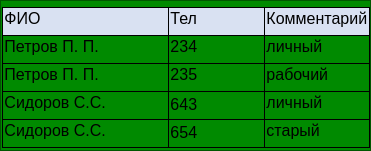
The draw.io diagram 2nd Day/1.3.drawio.png in Cy8rax/DataBase-HT, before a commit. Source tidied: cells renumbered, new cells last; positions are measured from the earlier drawing's top-left corner, leaving out a move shared by most shapes.
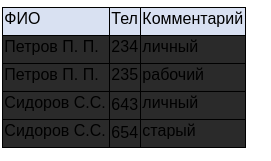
After the change.

Diff of the diagram source:
```diff
@@ -2,8 +2,8 @@
   <root>
     <mxCell id="0" />
     <mxCell id="1" parent="0" />
-    <mxCell id="2" value="&lt;b style=&quot;font-weight: normal&quot; id=&quot;docs-internal-guid-40581386-7fff-dc4e-e1b5-5e808e730022&quot;&gt;&lt;div dir=&quot;ltr&quot; style=&quot;margin-left: 0pt&quot; align=&quot;left&quot;&gt;&lt;table style=&quot;border: none ; border-collapse: collapse&quot;&gt;&lt;colgroup&gt;&lt;col width=&quot;167&quot;&gt;&lt;col width=&quot;96&quot;&gt;&lt;col width=&quot;81&quot;&gt;&lt;col width=&quot;92&quot;&gt;&lt;col width=&quot;138&quot;&gt;&lt;col width=&quot;158&quot;&gt;&lt;col width=&quot;111&quot;&gt;&lt;/colgroup&gt;&lt;tbody&gt;&lt;tr style=&quot;height: 21.214285714285715pt&quot;&gt;&lt;td style=&quot;border-left: solid #000000 0.9375pt ; border-right: solid #000000 0.9375pt ; border-bottom: solid #000000 0.9375pt ; border-top: solid #000000 0.9375pt ; vertical-align: middle ; background-color: #d9e1f2 ; padding: 1pt 1pt 5pt 1pt ; overflow: hidden ; overflow-wrap: break-word&quot;&gt;&lt;p dir=&quot;ltr&quot; style=&quot;line-height: 1.08 ; margin-top: 0pt ; margin-bottom: 0pt&quot;&gt;&lt;span style=&quot;font-size: 12pt ; font-family: &amp;#34;arial&amp;#34; ; color: rgb(0 , 0 , 0) ; background-color: transparent ; font-weight: 400 ; font-style: normal ; font-variant: normal ; text-decoration: none ; vertical-align: baseline&quot;&gt;ФИО&amp;nbsp;&amp;nbsp;&amp;nbsp;&amp;nbsp;&amp;nbsp;&amp;nbsp;&amp;nbsp;&amp;nbsp;&amp;nbsp;&amp;nbsp;&amp;nbsp;&amp;nbsp;&amp;nbsp;&amp;nbsp;&amp;nbsp;&lt;/span&gt;&lt;/p&gt;&lt;/td&gt;&lt;td style=&quot;border-left: solid #000000 0.9375pt ; border-right: solid #000000 0.9375pt ; border-bottom: solid #000000 0.9375pt ; border-top: solid #000000 0.9375pt ; vertical-align: middle ; background-color: #d9e1f2 ; padding: 1pt 1pt 5pt 1pt ; overflow: hidden ; overflow-wrap: break-word&quot;&gt;&lt;p dir=&quot;ltr&quot; style=&quot;line-height: 1.08 ; margin-top: 0pt ; margin-bottom: 0pt&quot;&gt;&lt;span style=&quot;font-size: 12pt ; font-family: &amp;#34;arial&amp;#34; ; color: rgb(0 , 0 , 0) ; background-color: transparent ; font-weight: 400 ; font-style: normal ; font-variant: normal ; text-decoration: none ; vertical-align: baseline&quot;&gt;Тел&lt;/span&gt;&lt;/p&gt;&lt;/td&gt;&lt;td style=&quot;border-left: solid #000000 0.9375pt ; border-right: solid #000000 0.9375pt ; border-bottom: solid #000000 0.9375pt ; border-top: solid #000000 0.9375pt ; vertical-align: middle ; background-color: #d9e1f2 ; padding: 1pt 1pt 5pt 1pt ; overflow: hidden ; overflow-wrap: break-word&quot;&gt;&lt;p dir=&quot;ltr&quot; style=&quot;line-height: 1.08 ; margin-top: 0pt ; margin-bottom: 0pt&quot;&gt;&lt;span style=&quot;font-size: 12pt ; font-family: &amp;#34;arial&amp;#34; ; color: rgb(0 , 0 , 0) ; background-color: transparent ; font-weight: 400 ; font-style: normal ; font-variant: normal ; text-decoration: none ; vertical-align: baseline&quot;&gt;Комментарий&lt;/span&gt;&lt;/p&gt;&lt;/td&gt;&lt;/tr&gt;&lt;tr style=&quot;height: 21.214285714285715pt&quot;&gt;&lt;td style=&quot;border-left: solid #000000 0.9375pt ; border-right: solid #000000 0.9375pt ; border-bottom: solid #000000 0.9375pt ; border-top: solid #000000 0.9375pt ; vertical-align: middle ; padding: 1pt 1pt 5pt 1pt ; overflow: hidden ; overflow-wrap: break-word&quot;&gt;&lt;p dir=&quot;ltr&quot; style=&quot;line-height: 1.08 ; margin-top: 0pt ; margin-bottom: 0pt&quot;&gt;&lt;span style=&quot;font-size: 12pt ; font-family: &amp;#34;arial&amp;#34; ; color: rgb(0 , 0 , 0) ; background-color: transparent ; font-weight: 400 ; font-style: normal ; font-variant: normal ; text-decoration: none ; vertical-align: baseline&quot;&gt;Петров П. П.&lt;/span&gt;&lt;/p&gt;&lt;/td&gt;&lt;td style=&quot;border-left: solid #000000 0.9375pt ; border-right: solid #000000 0.9375pt ; border-bottom: solid #000000 0.9375pt ; border-top: solid #000000 0.9375pt ; vertical-align: middle ; padding: 1pt 1pt 5pt 1pt ; overflow: hidden ; overflow-wrap: break-word&quot;&gt;&lt;p dir=&quot;ltr&quot; style=&quot;line-height: 1.08 ; margin-top: 0pt ; margin-bottom: 0pt&quot;&gt;&lt;span style=&quot;font-size: 12pt ; font-family: &amp;#34;arial&amp;#34; ; color: rgb(0 , 0 , 0) ; background-color: transparent ; font-weight: 400 ; font-style: normal ; font-variant: normal ; text-decoration: none ; vertical-align: baseline&quot;&gt;234&lt;/span&gt;&lt;/p&gt;&lt;/td&gt;&lt;td style=&quot;border-left: solid #000000 0.9375pt ; border-right: solid #000000 0.9375pt ; border-bottom: solid #000000 0.9375pt ; border-top: solid #000000 0.9375pt ; vertical-align: middle ; padding: 1pt 1pt 5pt 1pt ; overflow: hidden ; overflow-wrap: break-word&quot;&gt;&lt;p dir=&quot;ltr&quot; style=&quot;line-height: 1.08 ; margin-top: 0pt ; margin-bottom: 0pt&quot;&gt;&lt;span style=&quot;font-size: 12pt ; font-family: &amp;#34;arial&amp;#34; ; color: rgb(0 , 0 , 0) ; background-color: transparent ; font-weight: 400 ; font-style: normal ; font-variant: normal ; text-decoration: none ; vertical-align: baseline&quot;&gt;личный&lt;/span&gt;&lt;/p&gt;&lt;/td&gt;&lt;/tr&gt;&lt;tr style=&quot;height: 21.214285714285715pt&quot;&gt;&lt;td style=&quot;border-left: solid #000000 0.9375pt ; border-right: solid #000000 0.9375pt ; border-bottom: solid #000000 0.9375pt ; border-top: solid #000000 0.9375pt ; vertical-align: middle ; padding: 1pt 1pt 5pt 1pt ; overflow: hidden ; overflow-wrap: break-word&quot;&gt;&lt;p dir=&quot;ltr&quot; style=&quot;line-height: 1.08 ; margin-top: 0pt ; margin-bottom: 0pt&quot;&gt;&lt;span style=&quot;font-size: 12pt ; font-family: &amp;#34;arial&amp;#34; ; color: rgb(0 , 0 , 0) ; background-color: transparent ; font-weight: 400 ; font-style: normal ; font-variant: normal ; text-decoration: none ; vertical-align: baseline&quot;&gt;Петров П. П.&lt;/span&gt;&lt;/p&gt;&lt;/td&gt;&lt;td style=&quot;border-left: solid #000000 0.9375pt ; border-right: solid #000000 0.9375pt ; border-bottom: solid #000000 0.9375pt ; border-top: solid #000000 0.9375pt ; vertical-align: middle ; padding: 1pt 1pt 5pt 1pt ; overflow: hidden ; overflow-wrap: break-word&quot;&gt;&lt;p dir=&quot;ltr&quot; style=&quot;line-height: 1.08 ; margin-top: 0pt ; margin-bottom: 0pt&quot;&gt;&lt;span style=&quot;font-size: 12pt ; font-family: &amp;#34;arial&amp;#34; ; color: rgb(0 , 0 , 0) ; background-color: transparent ; font-weight: 400 ; font-style: normal ; font-variant: normal ; text-decoration: none ; vertical-align: baseline&quot;&gt;235&lt;/span&gt;&lt;/p&gt;&lt;/td&gt;&lt;td style=&quot;border-left: solid #000000 0.9375pt ; border-right: solid #000000 0.9375pt ; border-bottom: solid #000000 0.9375pt ; border-top: solid #000000 0.9375pt ; vertical-align: middle ; padding: 1pt 1pt 5pt 1pt ; overflow: hidden ; overflow-wrap: break-word&quot;&gt;&lt;p dir=&quot;ltr&quot; style=&quot;line-height: 1.08 ; margin-top: 0pt ; margin-bottom: 0pt&quot;&gt;&lt;span style=&quot;font-size: 12pt ; font-family: &amp;#34;arial&amp;#34; ; color: rgb(0 , 0 , 0) ; background-color: transparent ; font-weight: 400 ; font-style: normal ; font-variant: normal ; text-decoration: none ; vertical-align: baseline&quot;&gt;рабочий&lt;/span&gt;&lt;/p&gt;&lt;/td&gt;&lt;/tr&gt;&lt;tr style=&quot;height: 21.214285714285715pt&quot;&gt;&lt;td style=&quot;border-left: solid #000000 0.9375pt ; border-right: solid #000000 0.9375pt ; border-bottom: solid #000000 0.9375pt ; border-top: solid #000000 0.9375pt ; vertical-align: middle ; padding: 1pt 1pt 5pt 1pt ; overflow: hidden ; overflow-wrap: break-word&quot;&gt;&lt;p dir=&quot;ltr&quot; style=&quot;line-height: 1.08 ; margin-top: 0pt ; margin-bottom: 0pt&quot;&gt;&lt;span style=&quot;font-size: 12pt ; font-family: &amp;#34;arial&amp;#34; ; color: rgb(0 , 0 , 0) ; background-color: transparent ; font-weight: 400 ; font-style: normal ; font-variant: normal ; text-decoration: none ; vertical-align: baseline&quot;&gt;Сидоров С.С.&lt;/span&gt;&lt;/p&gt;&lt;/td&gt;&lt;td style=&quot;border-left: solid #000000 0.9375pt ; border-right: solid #000000 0.9375pt ; border-bottom: solid #000000 0.9375pt ; border-top: solid #000000 0.9375pt ; vertical-align: bottom ; padding: 1pt 1pt 5pt 1pt ; overflow: hidden ; overflow-wrap: break-word&quot;&gt;&lt;p dir=&quot;ltr&quot; style=&quot;line-height: 1.08 ; margin-top: 0pt ; margin-bottom: 0pt&quot;&gt;&lt;span style=&quot;font-size: 12pt ; font-family: &amp;#34;arial&amp;#34; ; color: rgb(0 , 0 , 0) ; background-color: transparent ; font-weight: 400 ; font-style: normal ; font-variant: normal ; text-decoration: none ; vertical-align: baseline&quot;&gt;643&lt;/span&gt;&lt;/p&gt;&lt;/td&gt;&lt;td style=&quot;border-left: solid #000000 0.9375pt ; border-right: solid #000000 0.9375pt ; border-bottom: solid #000000 0.9375pt ; border-top: solid #000000 0.9375pt ; vertical-align: middle ; padding: 1pt 1pt 5pt 1pt ; overflow: hidden ; overflow-wrap: break-word&quot;&gt;&lt;p dir=&quot;ltr&quot; style=&quot;line-height: 1.08 ; margin-top: 0pt ; margin-bottom: 0pt&quot;&gt;&lt;span style=&quot;font-size: 12pt ; font-family: &amp;#34;arial&amp;#34; ; color: rgb(0 , 0 , 0) ; background-color: transparent ; font-weight: 400 ; font-style: normal ; font-variant: normal ; text-decoration: none ; vertical-align: baseline&quot;&gt;личный&lt;/span&gt;&lt;/p&gt;&lt;/td&gt;&lt;/tr&gt;&lt;tr style=&quot;height: 21.214285714285715pt&quot;&gt;&lt;td style=&quot;border-left: solid #000000 0.9375pt ; border-right: solid #000000 0.9375pt ; border-bottom: solid #000000 0.9375pt ; border-top: solid #000000 0.9375pt ; vertical-align: middle ; padding: 1pt 1pt 5pt 1pt ; overflow: hidden ; overflow-wrap: break-word&quot;&gt;&lt;p dir=&quot;ltr&quot; style=&quot;line-height: 1.08 ; margin-top: 0pt ; margin-bottom: 0pt&quot;&gt;&lt;span style=&quot;font-size: 12pt ; font-family: &amp;#34;arial&amp;#34; ; color: rgb(0 , 0 , 0) ; background-color: transparent ; font-weight: 400 ; font-style: normal ; font-variant: normal ; text-decoration: none ; vertical-align: baseline&quot;&gt;Сидоров С.С.&lt;/span&gt;&lt;/p&gt;&lt;/td&gt;&lt;td style=&quot;border-left: solid #000000 0.9375pt ; border-right: solid #000000 0.9375pt ; border-bottom: solid #000000 0.9375pt ; border-top: solid #000000 0.9375pt ; vertical-align: bottom ; padding: 1pt 1pt 5pt 1pt ; overflow: hidden ; overflow-wrap: break-word&quot;&gt;&lt;p dir=&quot;ltr&quot; style=&quot;line-height: 1.08 ; margin-top: 0pt ; margin-bottom: 0pt&quot;&gt;&lt;span style=&quot;font-size: 12pt ; font-family: &amp;#34;arial&amp;#34; ; color: rgb(0 , 0 , 0) ; background-color: transparent ; font-weight: 400 ; font-style: normal ; font-variant: normal ; text-decoration: none ; vertical-align: baseline&quot;&gt;654&lt;/span&gt;&lt;/p&gt;&lt;/td&gt;&lt;td style=&quot;border-left: solid #000000 0.9375pt ; border-right: solid #000000 0.9375pt ; border-bottom: solid #000000 0.9375pt ; border-top: solid #000000 0.9375pt ; vertical-align: middle ; padding: 1pt 1pt 5pt 1pt ; overflow: hidden ; overflow-wrap: break-word&quot;&gt;&lt;p dir=&quot;ltr&quot; style=&quot;line-height: 1.08 ; margin-top: 0pt ; margin-bottom: 0pt&quot;&gt;&lt;span style=&quot;font-size: 12pt ; font-family: &amp;#34;arial&amp;#34; ; color: rgb(0 , 0 , 0) ; background-color: transparent ; font-weight: 400 ; font-style: normal ; font-variant: normal ; text-decoration: none ; vertical-align: baseline&quot;&gt;старый&lt;/span&gt;&lt;/p&gt;&lt;/td&gt;&lt;/tr&gt;&lt;/tbody&gt;&lt;/table&gt;&lt;/div&gt;&lt;/b&gt;" style="text;whiteSpace=wrap;html=1;fillColor=#008a00;fontColor=#ffffff;strokeColor=#005700;" parent="1" vertex="1">
-      <mxGeometry width="370" height="150" as="geometry" />
+    <mxCell id="2" value="&lt;table style=&quot;color: rgb(255, 255, 255); font-family: helvetica; font-size: 12px; font-style: normal; font-weight: 400; letter-spacing: normal; text-transform: none; word-spacing: 0px; background-color: rgb(42, 42, 42); border: none; border-collapse: collapse;&quot;&gt;&lt;tbody&gt;&lt;tr style=&quot;height: 21.2143pt&quot;&gt;&lt;td style=&quot;border-width: 0.9375pt ; border-style: solid ; border-color: rgb(0 , 0 , 0) ; vertical-align: middle ; background-color: rgb(217 , 225 , 242) ; padding: 1pt 1pt 5pt ; overflow: hidden ; overflow-wrap: break-word&quot;&gt;&lt;p dir=&quot;ltr&quot; style=&quot;line-height: 1.08 ; margin-top: 0pt ; margin-bottom: 0pt&quot;&gt;&lt;span style=&quot;font-size: 12pt ; font-family: &amp;quot;arial&amp;quot; ; color: rgb(0 , 0 , 0) ; background-color: transparent ; font-weight: 400 ; font-style: normal ; font-variant: normal ; text-decoration: none ; vertical-align: baseline&quot;&gt;ФИО&amp;nbsp;&amp;nbsp;&amp;nbsp;&amp;nbsp;&amp;nbsp;&amp;nbsp;&amp;nbsp;&amp;nbsp;&amp;nbsp;&amp;nbsp;&amp;nbsp;&amp;nbsp;&amp;nbsp;&amp;nbsp;&amp;nbsp;&lt;/span&gt;&lt;/p&gt;&lt;/td&gt;&lt;td style=&quot;border-width: 0.9375pt ; border-style: solid ; border-color: rgb(0 , 0 , 0) ; vertical-align: middle ; background-color: rgb(217 , 225 , 242) ; padding: 1pt 1pt 5pt ; overflow: hidden ; overflow-wrap: break-word&quot;&gt;&lt;p dir=&quot;ltr&quot; style=&quot;line-height: 1.08 ; margin-top: 0pt ; margin-bottom: 0pt&quot;&gt;&lt;span style=&quot;font-size: 12pt ; font-family: &amp;quot;arial&amp;quot; ; color: rgb(0 , 0 , 0) ; background-color: transparent ; font-weight: 400 ; font-style: normal ; font-variant: normal ; text-decoration: none ; vertical-align: baseline&quot;&gt;Тел&lt;/span&gt;&lt;/p&gt;&lt;/td&gt;&lt;td style=&quot;border-width: 0.9375pt ; border-style: solid ; border-color: rgb(0 , 0 , 0) ; vertical-align: middle ; background-color: rgb(217 , 225 , 242) ; padding: 1pt 1pt 5pt ; overflow: hidden ; overflow-wrap: break-word&quot;&gt;&lt;p dir=&quot;ltr&quot; style=&quot;line-height: 1.08 ; margin-top: 0pt ; margin-bottom: 0pt&quot;&gt;&lt;span style=&quot;font-size: 12pt ; font-family: &amp;quot;arial&amp;quot; ; color: rgb(0 , 0 , 0) ; background-color: transparent ; font-weight: 400 ; font-style: normal ; font-variant: normal ; text-decoration: none ; vertical-align: baseline&quot;&gt;Комментарий&lt;/span&gt;&lt;/p&gt;&lt;/td&gt;&lt;/tr&gt;&lt;tr style=&quot;height: 21.2143pt&quot;&gt;&lt;td style=&quot;border-width: 0.9375pt ; border-style: solid ; border-color: rgb(0 , 0 , 0) ; vertical-align: middle ; padding: 1pt 1pt 5pt ; overflow: hidden ; overflow-wrap: break-word&quot;&gt;&lt;p dir=&quot;ltr&quot; style=&quot;line-height: 1.08 ; margin-top: 0pt ; margin-bottom: 0pt&quot;&gt;&lt;span style=&quot;font-size: 12pt ; font-family: &amp;quot;arial&amp;quot; ; color: rgb(0 , 0 , 0) ; background-color: transparent ; font-weight: 400 ; font-style: normal ; font-variant: normal ; text-decoration: none ; vertical-align: baseline&quot;&gt;Петров П. П.&lt;/span&gt;&lt;/p&gt;&lt;/td&gt;&lt;td style=&quot;border-width: 0.9375pt ; border-style: solid ; border-color: rgb(0 , 0 , 0) ; vertical-align: middle ; padding: 1pt 1pt 5pt ; overflow: hidden ; overflow-wrap: break-word&quot;&gt;&lt;p dir=&quot;ltr&quot; style=&quot;line-height: 1.08 ; margin-top: 0pt ; margin-bottom: 0pt&quot;&gt;&lt;span style=&quot;font-size: 12pt ; font-family: &amp;quot;arial&amp;quot; ; color: rgb(0 , 0 , 0) ; background-color: transparent ; font-weight: 400 ; font-style: normal ; font-variant: normal ; text-decoration: none ; vertical-align: baseline&quot;&gt;234&lt;/span&gt;&lt;/p&gt;&lt;/td&gt;&lt;td style=&quot;border-width: 0.9375pt ; border-style: solid ; border-color: rgb(0 , 0 , 0) ; vertical-align: middle ; padding: 1pt 1pt 5pt ; overflow: hidden ; overflow-wrap: break-word&quot;&gt;&lt;p dir=&quot;ltr&quot; style=&quot;line-height: 1.08 ; margin-top: 0pt ; margin-bottom: 0pt&quot;&gt;&lt;span style=&quot;font-size: 12pt ; font-family: &amp;quot;arial&amp;quot; ; color: rgb(0 , 0 , 0) ; background-color: transparent ; font-weight: 400 ; font-style: normal ; font-variant: normal ; text-decoration: none ; vertical-align: baseline&quot;&gt;личный&lt;/span&gt;&lt;/p&gt;&lt;/td&gt;&lt;/tr&gt;&lt;tr style=&quot;height: 21.2143pt&quot;&gt;&lt;td style=&quot;border-width: 0.9375pt ; border-style: solid ; border-color: rgb(0 , 0 , 0) ; vertical-align: middle ; padding: 1pt 1pt 5pt ; overflow: hidden ; overflow-wrap: break-word&quot;&gt;&lt;p dir=&quot;ltr&quot; style=&quot;line-height: 1.08 ; margin-top: 0pt ; margin-bottom: 0pt&quot;&gt;&lt;span style=&quot;font-size: 12pt ; font-family: &amp;quot;arial&amp;quot; ; color: rgb(0 , 0 , 0) ; background-color: transparent ; font-weight: 400 ; font-style: normal ; font-variant: normal ; text-decoration: none ; vertical-align: baseline&quot;&gt;Петров П. П.&lt;/span&gt;&lt;/p&gt;&lt;/td&gt;&lt;td style=&quot;border-width: 0.9375pt ; border-style: solid ; border-color: rgb(0 , 0 , 0) ; vertical-align: middle ; padding: 1pt 1pt 5pt ; overflow: hidden ; overflow-wrap: break-word&quot;&gt;&lt;p dir=&quot;ltr&quot; style=&quot;line-height: 1.08 ; margin-top: 0pt ; margin-bottom: 0pt&quot;&gt;&lt;span style=&quot;font-size: 12pt ; font-family: &amp;quot;arial&amp;quot; ; color: rgb(0 , 0 , 0) ; background-color: transparent ; font-weight: 400 ; font-style: normal ; font-variant: normal ; text-decoration: none ; vertical-align: baseline&quot;&gt;235&lt;/span&gt;&lt;/p&gt;&lt;/td&gt;&lt;td style=&quot;border-width: 0.9375pt ; border-style: solid ; border-color: rgb(0 , 0 , 0) ; vertical-align: middle ; padding: 1pt 1pt 5pt ; overflow: hidden ; overflow-wrap: break-word&quot;&gt;&lt;p dir=&quot;ltr&quot; style=&quot;line-height: 1.08 ; margin-top: 0pt ; margin-bottom: 0pt&quot;&gt;&lt;span style=&quot;font-size: 12pt ; font-family: &amp;quot;arial&amp;quot; ; color: rgb(0 , 0 , 0) ; background-color: transparent ; font-weight: 400 ; font-style: normal ; font-variant: normal ; text-decoration: none ; vertical-align: baseline&quot;&gt;рабочий&lt;/span&gt;&lt;/p&gt;&lt;/td&gt;&lt;/tr&gt;&lt;tr style=&quot;height: 21.2143pt&quot;&gt;&lt;td style=&quot;border-width: 0.9375pt ; border-style: solid ; border-color: rgb(0 , 0 , 0) ; vertical-align: middle ; padding: 1pt 1pt 5pt ; overflow: hidden ; overflow-wrap: break-word&quot;&gt;&lt;p dir=&quot;ltr&quot; style=&quot;line-height: 1.08 ; margin-top: 0pt ; margin-bottom: 0pt&quot;&gt;&lt;span style=&quot;font-size: 12pt ; font-family: &amp;quot;arial&amp;quot; ; color: rgb(0 , 0 , 0) ; background-color: transparent ; font-weight: 400 ; font-style: normal ; font-variant: normal ; text-decoration: none ; vertical-align: baseline&quot;&gt;Сидоров С.С.&lt;/span&gt;&lt;/p&gt;&lt;/td&gt;&lt;td style=&quot;border-width: 0.9375pt ; border-style: solid ; border-color: rgb(0 , 0 , 0) ; vertical-align: bottom ; padding: 1pt 1pt 5pt ; overflow: hidden ; overflow-wrap: break-word&quot;&gt;&lt;p dir=&quot;ltr&quot; style=&quot;line-height: 1.08 ; margin-top: 0pt ; margin-bottom: 0pt&quot;&gt;&lt;span style=&quot;font-size: 12pt ; font-family: &amp;quot;arial&amp;quot; ; color: rgb(0 , 0 , 0) ; background-color: transparent ; font-weight: 400 ; font-style: normal ; font-variant: normal ; text-decoration: none ; vertical-align: baseline&quot;&gt;643&lt;/span&gt;&lt;/p&gt;&lt;/td&gt;&lt;td style=&quot;border-width: 0.9375pt ; border-style: solid ; border-color: rgb(0 , 0 , 0) ; vertical-align: middle ; padding: 1pt 1pt 5pt ; overflow: hidden ; overflow-wrap: break-word&quot;&gt;&lt;p dir=&quot;ltr&quot; style=&quot;line-height: 1.08 ; margin-top: 0pt ; margin-bottom: 0pt&quot;&gt;&lt;span style=&quot;font-size: 12pt ; font-family: &amp;quot;arial&amp;quot; ; color: rgb(0 , 0 , 0) ; background-color: transparent ; font-weight: 400 ; font-style: normal ; font-variant: normal ; text-decoration: none ; vertical-align: baseline&quot;&gt;личный&lt;/span&gt;&lt;/p&gt;&lt;/td&gt;&lt;/tr&gt;&lt;tr style=&quot;height: 21.2143pt&quot;&gt;&lt;td style=&quot;border-width: 0.9375pt ; border-style: solid ; border-color: rgb(0 , 0 , 0) ; vertical-align: middle ; padding: 1pt 1pt 5pt ; overflow: hidden ; overflow-wrap: break-word&quot;&gt;&lt;p dir=&quot;ltr&quot; style=&quot;line-height: 1.08 ; margin-top: 0pt ; margin-bottom: 0pt&quot;&gt;&lt;span style=&quot;font-size: 12pt ; font-family: &amp;quot;arial&amp;quot; ; color: rgb(0 , 0 , 0) ; background-color: transparent ; font-weight: 400 ; font-style: normal ; font-variant: normal ; text-decoration: none ; vertical-align: baseline&quot;&gt;Сидоров С.С.&lt;/span&gt;&lt;/p&gt;&lt;/td&gt;&lt;td style=&quot;border-width: 0.9375pt ; border-style: solid ; border-color: rgb(0 , 0 , 0) ; vertical-align: bottom ; padding: 1pt 1pt 5pt ; overflow: hidden ; overflow-wrap: break-word&quot;&gt;&lt;p dir=&quot;ltr&quot; style=&quot;line-height: 1.08 ; margin-top: 0pt ; margin-bottom: 0pt&quot;&gt;&lt;span style=&quot;font-size: 12pt ; font-family: &amp;quot;arial&amp;quot; ; color: rgb(0 , 0 , 0) ; background-color: transparent ; font-weight: 400 ; font-style: normal ; font-variant: normal ; text-decoration: none ; vertical-align: baseline&quot;&gt;654&lt;/span&gt;&lt;/p&gt;&lt;/td&gt;&lt;td style=&quot;border-width: 0.9375pt ; border-style: solid ; border-color: rgb(0 , 0 , 0) ; vertical-align: middle ; padding: 1pt 1pt 5pt ; overflow: hidden ; overflow-wrap: break-word&quot;&gt;&lt;p dir=&quot;ltr&quot; style=&quot;line-height: 1.08 ; margin-top: 0pt ; margin-bottom: 0pt&quot;&gt;&lt;span style=&quot;font-size: 12pt ; font-family: &amp;quot;arial&amp;quot; ; color: rgb(0 , 0 , 0) ; background-color: transparent ; font-weight: 400 ; font-style: normal ; font-variant: normal ; text-decoration: none ; vertical-align: baseline&quot;&gt;старый&lt;/span&gt;&lt;/p&gt;&lt;/td&gt;&lt;/tr&gt;&lt;/tbody&gt;&lt;/table&gt;" style="text;whiteSpace=wrap;html=1;" parent="1" vertex="1">
+      <mxGeometry width="270" height="160" as="geometry" />
     </mxCell>
   </root>
 </mxGraphModel>
```
